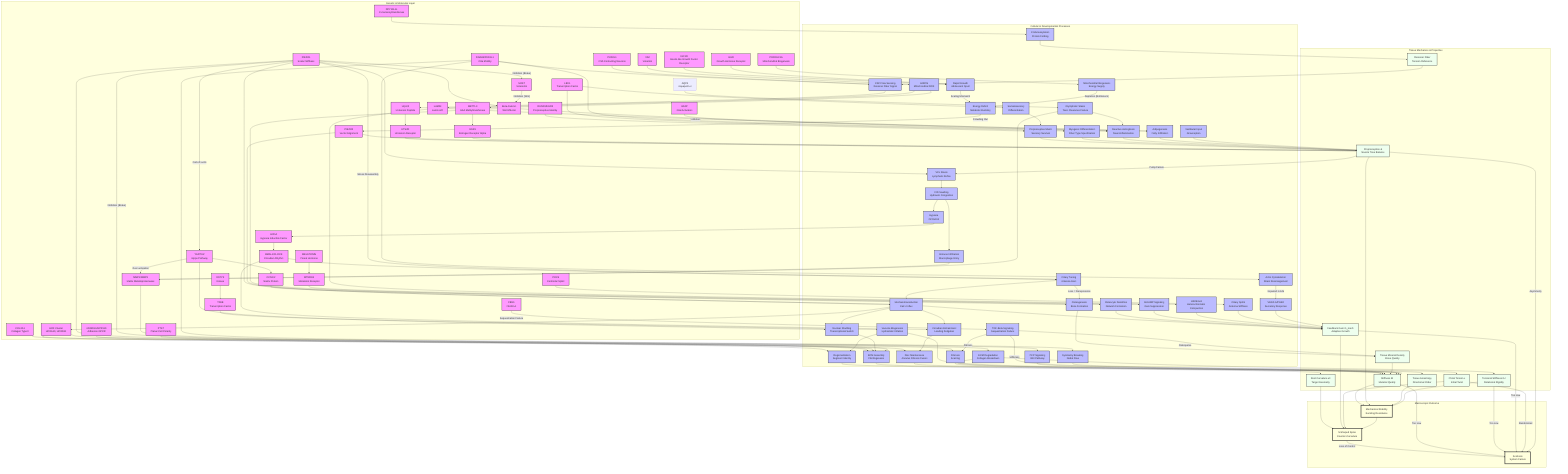
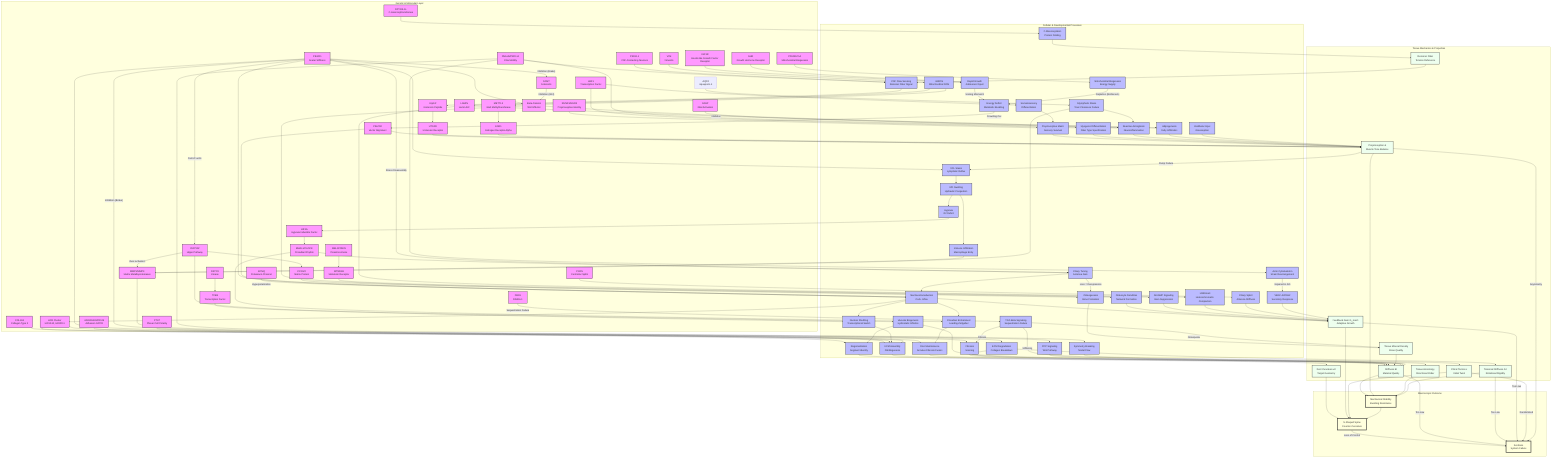
graph TD
    %% Subgraphs for Organization
    subgraph Genetics [Genetic & Molecular Layer]
        HOX[HOX Cluster<br/>HOXA10, HOXD11]
        COL[COL2A1<br/>Collagen Type II]
        PIEZO1[PIEZO1<br/>Scalar Stiffness]
        PIEZO2[PIEZO2<br/>Vector Alignment]
        CILIA[DNAH5/PKD1L1<br/>Cilia Motility]
        LBX1[LBX1<br/>Transcription Factor]
        ADGRG6[ADGRG6/GPR126<br/>Adhesion GPCR]
        PTK7[PTK7<br/>Planar Cell Polarity]
        YAP[YAP/TAZ<br/>Hippo Pathway]
        PKD2L1[PKD2L1<br/>CSF-Contacting Neurons]
        MMP[MMP1/MMP3<br/>Matrix Metalloproteinases]
        URP[Urp1/2<br/>Urotensin Peptide]
        UTS2R[UTS2R<br/>Urotensin Receptor]
        GFAP[GFAP<br/>Glial Activation]
        VIM[VIM<br/>Vimentin]
        LAMIN[LAMIN<br/>Lamin A/C]
        BMAL1[BMAL1/CLOCK<br/>Circadian Rhythm]
        RUNX3[RUNX3/EGR3<br/>Proprioceptive Identity]
        METTL3[METTL3<br/>m6A Methyltransferase]
        ESR1[ESR1<br/>Estrogen Receptor Alpha]
        AQP4[AQP4<br/>Aquaporin-4]
        MELATONIN[MELATONIN<br/>Pineal Hormone]
        MT2[MTNR1B<br/>Melatonin Receptor]
        HIF1A[HIF1A<br/>Hypoxia Inducible Factor]
        POC5[POC5<br/>Centriolar Splint]
        DSTYK[DSTYK<br/>Kinase]
        TFEB[TFEB<br/>Transcription Factor]
        Beta_Catenin[Beta-Catenin<br/>Wnt Effector]
        DPY19L1L[DPY19L1L<br/>C-mannosyltransferase]
        IGF1R[IGF1R<br/>Insulin-like Growth Factor Receptor]
        GHR[GHR<br/>Growth Hormone Receptor]
        SOST[SOST<br/>Sclerostin]
        FBN1[FBN1<br/>Fibrillin-1]
        CCN[CCN1/2<br/>Matrix Protein]
        PPARGC1A[PPARGC1A<br/>Mitochondrial Biogenesis]
+         KCNQ[KCNQ<br/>Potassium Channel]
    end

    subgraph Processes [Cellular & Developmental Processes]
        Astrogliosis[Reactive Astrogliosis<br/>Neuroinflammation]
        Region[Regionalization<br/>Segment Identity]
        ECM_Assembly[ECM Assembly<br/>Fibrillogenesis]
        Nucl_Shuttle[Nuclear Shuttling<br/>Transcriptional Switch]
        Mech_Trans[Mechanotransduction<br/>Ca2+ Influx]
        Sym_Break[Symmetry Breaking<br/>Nodal Flow]
        CSF_Sensing[CSF Flow Sensing<br/>Reissner Fiber Signal]
        Neur_Diff[Somatosensory<br/>Differentiation]
        Muscle_Diff[Myogenic Differentiation<br/>Fiber Type Specification]
        Disc_Maint[Disc Maintenance<br/>Annulus Fibrosis Fusion]
        PCP_Sig[PCP Signaling<br/>Wnt Pathway]
        Degradation[ECM Degradation<br/>Collagen Breakdown]
        mtROS[mtROS<br/>Mitochondrial ROS]
        Adipogenesis[Adipogenesis<br/>Fatty Infiltration]
        Hydraulic_Congestion[IVD Swelling<br/>Hydraulic Congestion]
        Immune_Infilt[Immune Infiltration<br/>Macrophage Entry]
        Circadian_Entrain[Circadian Entrainment<br/>Loading Zeitgeber]
        Proprio_Maint[Proprioceptive Maint.<br/>Sensory Survival]
        H3K9me3[H3K9me3<br/>Heterochromatin Compaction]
        VCL_Stasis[VCL Stasis<br/>Lymphatic Reflux]
        Glymphatic_Stasis[Glymphatic Stasis<br/>Toxic Clearance Failure]
        Vestibular_Input[Vestibular Input<br/>Graviception]
        Gi_cAMP[Gi/cAMP Signaling<br/>Gain Suppression]
        Ciliary_Tuning[Ciliary Tuning<br/>Antenna Gain]
        Hypoxia[Hypoxia<br/>O2 Deficit]
        Osteogenesis[Osteogenesis<br/>Bone Formation]
        Ciliary_Splint[Ciliary Splint<br/>Antenna Stiffness]
        Vacuole_Biogenesis[Vacuole Biogenesis<br/>Hydrostatic Inflation]
        C_Mannosylation[C-Mannosylation<br/>Protein Folding]
        Rapid_Growth[Rapid Growth<br/>Adolescent Spurt]
        Energy_Deficit[Energy Deficit<br/>Metabolic Buckling]
        mtBiogenesis[Mitochondrial Biogenesis<br/>Energy Supply]
        Fibrosis[Fibrosis<br/>Scarring]
        TGFB[TGF-Beta Signaling<br/>Sequestration Failure]
        Osteocyte_Dendrite[Osteocyte Dendrites<br/>Network Formation]
        Actin_Dynamics[Actin Cytoskeleton<br/>Strain Rearrangement]
        VEGF_A[VEGF-A/PGE2<br/>Secretory Response]
    end

    subgraph Tissue [Tissue Mechanics & Properties]
        Rest_Kappa[Rest Curvature κ0<br/>Target Geometry]
        Stiffness[Stiffness EI<br/>Material Quality]
        Torsional_Stiffness[Torsional Stiffness GJ<br/>Rotational Rigidity]
        Gain[Feedback Gain G_mech<br/>Adaptive Growth]
        Torsion[Chiral Torsion ε<br/>Initial Twist]
        Muscle_Tone[Proprioception &<br/>Muscle Tone Balance]
        Anisotropy[Tissue Anisotropy<br/>Directional Order]
        TMD[Tissue Mineral Density<br/>Bone Quality]
        Reissner_Fiber[Reissner Fiber<br/>Tension Reference]
    end

    subgraph Outcome [Macroscopic Outcome]
        S_Curve[S-Shaped Spine<br/>Counter-Curvature]
        Stability[Mechanical Stability<br/>Buckling Resistance]
        Scoliosis[Scoliosis<br/>System Failure]
    end

    %% Connections
    HOX --> Region
    Region --> Rest_Kappa
    Rest_Kappa --> S_Curve

    COL --> ECM_Assembly
    ECM_Assembly --> Stiffness
    Stiffness --> Stability

    PIEZO1 --> Mech_Trans
    PIEZO2 --> Mech_Trans
    Mech_Trans --> Gain
    Gain --> S_Curve

    %% NEW ARC: Piezo Duality (Vector-Scalar Mismatch)
    PIEZO1 --> ECM_Assembly
    PIEZO2 --> Muscle_Tone

    CILIA --> Sym_Break
    Sym_Break --> Torsion
    Torsion --> S_Curve

    LBX1 --> Neur_Diff
    LBX1 --> Muscle_Diff
    Neur_Diff --> Proprio_Maint
    Proprio_Maint --> Muscle_Tone
    Muscle_Diff --> Muscle_Tone
    Muscle_Tone --> Stability

    %% NEW ARC: Proprioceptive Maintenance
    RUNX3 --> Proprio_Maint

    %% NEW ARC: ADGRG6
    ADGRG6 --> Disc_Maint
    Disc_Maint --> Stiffness

    %% NEW ARC: PTK7
    PTK7 --> PCP_Sig
    PCP_Sig --> Anisotropy
    Anisotropy --> Stability

    %% NEW ARC: YAP/TAZ
    YAP --> Nucl_Shuttle
    Nucl_Shuttle --> ECM_Assembly
    Mech_Trans --> Nucl_Shuttle

    %% NEW ARC: Osteocyte Dendrite Cost Mechanism (Hu et al. 2025)
    YAP --> CCN
    CCN --> Osteocyte_Dendrite
    Osteocyte_Dendrite --> Gain

    %% NEW ARC: CSF/Reissner Fiber
    CILIA --> CSF_Sensing
    PKD2L1 --> CSF_Sensing
    CSF_Sensing --> URP
    URP --> UTS2R
    UTS2R --> Muscle_Tone

    %% NEW ARC: MMP Degradation
    MMP --> Degradation
    Degradation --> Stiffness

    %% NEW ARC: Neuro-Inflammatory Pathway
    CILIA --> Astrogliosis
    GFAP --> Astrogliosis
    Astrogliosis --> Muscle_Tone

    %% NEW ARC: Vimentin Metabolic Switch
    VIM --> mtROS
    mtROS --> LAMIN
    LAMIN --> Adipogenesis
    Adipogenesis --> Muscle_Tone

    %% NEW ARC: Inflamed Torsion
    Hydraulic_Congestion --> Immune_Infilt
    Immune_Infilt --> MMP
    Degradation --> Torsional_Stiffness
    Torsional_Stiffness --> Stability

    %% NEW ARC: Glymphatic Stasis
    AQP4 --> Glymphatic_Stasis
    Glymphatic_Stasis --> Astrogliosis

    %% NEW ARC: Glymphatic-MMP Axis (Chen et al., 2025)
    Glymphatic_Stasis --> MMP

    %% NEW ARC: Melatonin Gain Control
    MELATONIN --> MT2
    MT2 --> Gi_cAMP
    Gi_cAMP --> Gain

    %% NEW ARC: Vestibular Asymmetry
    Vestibular_Input --> Muscle_Tone

    %% Cross-Talk and Failures
    Stability --> S_Curve
    S_Curve -- "Loss of Control" --> Scoliosis
    Stiffness -- "Too Low" --> Scoliosis
    Torsional_Stiffness -- "Too Low" --> Scoliosis
    Gain -- "Too Low" --> Scoliosis
    Torsion -- "Randomized" --> Scoliosis
    Muscle_Tone -- "Asymmetry" --> Scoliosis

    %% Styling
    classDef gene fill:#f9f,stroke:#333,stroke-width:2px;
    classDef process fill:#bbf,stroke:#333,stroke-width:2px;
    classDef tissue fill:#efe,stroke:#333,stroke-width:2px;
    classDef outcome fill:#ffd,stroke:#333,stroke-width:4px;

    %% NEW ARC: Spinal Jetlag
    BMAL1 --> Circadian_Entrain
    Mech_Trans --> Circadian_Entrain
    Circadian_Entrain --> Disc_Maint

    %% NEW ARC: Tunable Antenna (Miyoshi et al., 2024)
    BMAL1 --> Ciliary_Tuning
    Ciliary_Tuning --> Mech_Trans

    %% NEW ARC: Epigenetic Asymmetry
    mtROS --> METTL3
    METTL3 --> ESR1
    ESR1 --> Muscle_Tone

    %% NEW ARC: Nuclear Stiffness (Scalar Senescence)
    LAMIN --> H3K9me3
    H3K9me3 --> Gain

    %% NEW ARC: Lymphatic Drainage Pathway (VCL)
    Muscle_Tone -- "Pump Failure" --> VCL_Stasis
    VCL_Stasis --> Hydraulic_Congestion

    %% NEW ARC: Hypoxic Clock Block (HIF1A)
    Hydraulic_Congestion --> Hypoxia
    Hypoxia --> HIF1A
    HIF1A --> BMAL1

    %% NEW ARC: Tension-Dependent Identity (HOX)
    Mech_Trans --> HOX
    HOX --> ECM_Assembly

    %% NEW ARC: Bone Mineralization (Ramli et al., 2024)
    %% PIEZO1 --> Osteogenesis (Replaced by BMSC Switch below)
    Osteogenesis --> TMD
    TMD --> Stiffness

    %% NEW ARC: BMSC Fate Switch (Li et al., 2023)
    PIEZO1 --> Beta_Catenin
    Beta_Catenin --> Osteogenesis
    Beta_Catenin -- "Inhibition" --> Adipogenesis

    %% NEW ARC: Centriolar Splint (POC5)
    POC5 --> Ciliary_Splint
    Ciliary_Splint --> Gain

    %% NEW ARC: Hydrostatic Skeleton (DSTYK/TFEB)
    DSTYK --> TFEB
    TFEB --> Vacuole_Biogenesis
    Vacuole_Biogenesis --> Stiffness
    Vacuole_Biogenesis --> Region

    %% NEW ARC: Piezo-Cilia Stress Lock (Chen et al., 2025)
    PIEZO1 -- "Stress Disassembly" --> Ciliary_Tuning
    Ciliary_Tuning -- "Loss = Derepression" --> Osteogenesis

    %% NEW ARC: Sweet String Pathway (DPY19L1L)
    DPY19L1L --> C_Mannosylation
    C_Mannosylation --> Reissner_Fiber
    Reissner_Fiber --> CSF_Sensing

    %% NEW ARC: Metabolic Buckling Pathway
    IGF1R --> Rapid_Growth
    GHR --> Rapid_Growth
    Rapid_Growth -- "Scaling Mismatch" --> Energy_Deficit
    Energy_Deficit -- "Crowding Out" --> PIEZO2
    PPARGC1A --> mtBiogenesis
    mtBiogenesis -- "Depletion (Bottleneck)" --> Energy_Deficit

    %% NEW ARC: Piezo-Lymphatic Baroreflex
    PIEZO1 --> VCL_Stasis

    %% NEW ARC: Piezo-Fibrosis Brake (Rashidi et al., 2025)
    PIEZO1 -- "Inhibition (Brake)" --> Fibrosis
    Fibrosis --> Stiffness

    %% NEW ARC: Sclerostin Brake (Vasiliadis 2021)
    PIEZO1 -- "Inhibition (Brake)" --> SOST
    SOST -- "Inhibition (Wnt)" --> Beta_Catenin

    %% NEW ARC: PIEZO1-YAP Disc Degeneration Axis (Peng et al., 2025)
    PIEZO1 -- "Ca2+/F-actin" --> YAP
    YAP -- "Over-activation" --> MMP

    %% NEW ARC: Fibrillin-TGFB Tether (Marfanoid Mechanism)
    FBN1 -- "Sequestration Failure" --> TGFB
    TGFB -- "Osteopenia" --> TMD
    TGFB -- "Fibrosis" --> Fibrosis
    TGFB -- "Stiffening" --> Stiffness

    %% NEW ARC: Osteoblast Mechanotransduction Defect (Oliazadeh et al., 2022)
    CILIA --> Actin_Dynamics
    Actin_Dynamics -- "Impaired in AIS" --> VEGF_A
    VEGF_A --> Gain

-     class HOX,COL,PIEZO1,PIEZO2,CILIA,LBX1,ADGRG6,PTK7,YAP,PKD2L1,MMP,URP,UTS2R,GFAP,VIM,LAMIN,BMAL1,RUNX3,METTL3,ESR1,MELATONIN,MT2,HIF1A,POC5,DSTYK,TFEB,Beta_Catenin,DPY19L1L,IGF1R,GHR,SOST,FBN1,CCN,PPARGC1A gene;
+     %% NEW ARC: Voltage Gain (Sánchez-Carranza et al., 2024)
+     KCNQ -- "Hyperpolarization" --> Mech_Trans
+ 
+     class HOX,COL,PIEZO1,PIEZO2,CILIA,LBX1,ADGRG6,PTK7,YAP,PKD2L1,MMP,URP,UTS2R,GFAP,VIM,LAMIN,BMAL1,RUNX3,METTL3,ESR1,MELATONIN,MT2,HIF1A,POC5,DSTYK,TFEB,Beta_Catenin,DPY19L1L,IGF1R,GHR,SOST,FBN1,CCN,PPARGC1A,KCNQ gene;
    class Region,ECM_Assembly,Mech_Trans,Sym_Break,Neur_Diff,Muscle_Diff,Disc_Maint,PCP_Sig,Nucl_Shuttle,CSF_Sensing,Degradation,Astrogliosis,mtROS,Adipogenesis,Hydraulic_Congestion,Immune_Infilt,Circadian_Entrain,Proprio_Maint,H3K9me3,VCL_Stasis,Glymphatic_Stasis,Vestibular_Input,Gi_cAMP,Ciliary_Tuning,Hypoxia,Osteogenesis,Ciliary_Splint,Vacuole_Biogenesis,C_Mannosylation,Rapid_Growth,Energy_Deficit,mtBiogenesis,Fibrosis,TGFB,Osteocyte_Dendrite,Actin_Dynamics,VEGF_A process;
    class Rest_Kappa,Stiffness,Torsional_Stiffness,Gain,Torsion,Muscle_Tone,Anisotropy,TMD,Reissner_Fiber tissue;
    class S_Curve,Stability,Scoliosis outcome;
